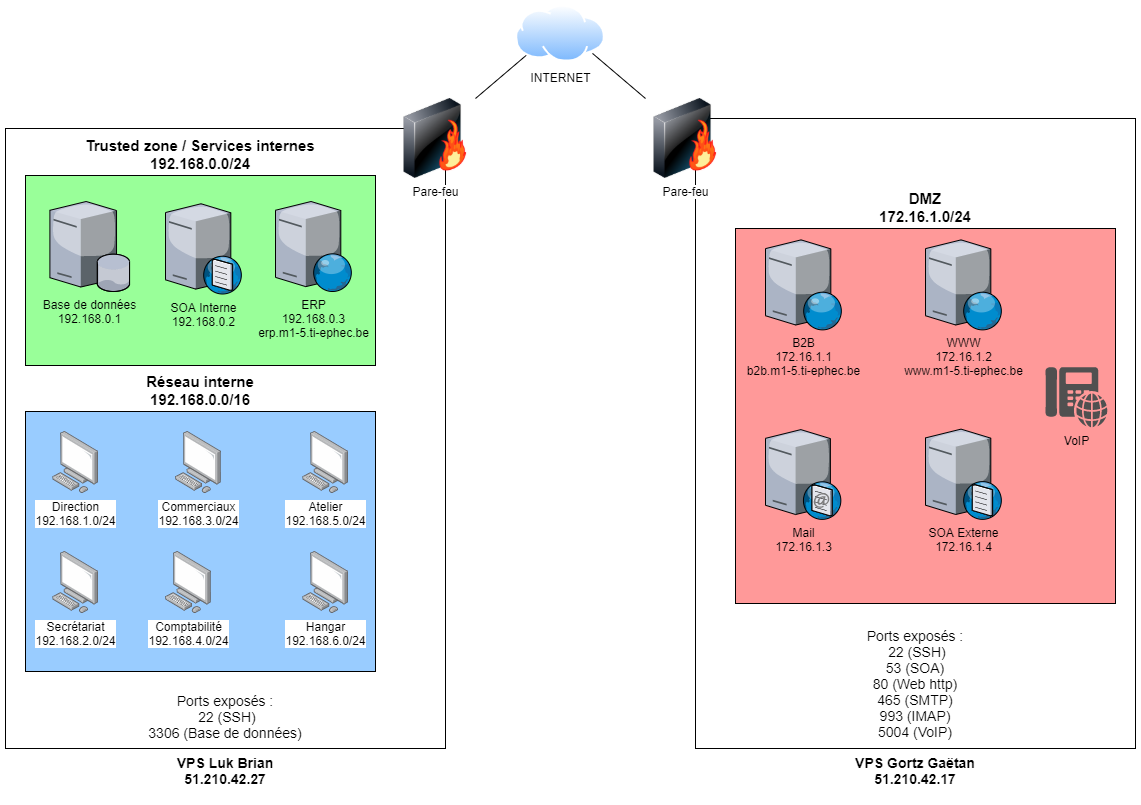
The draw.io diagram Documents/Schémas/proto.png in BrianLuk10/admin2021, before a commit. Source tidied: cells renumbered, new cells last; positions are measured from the earlier drawing's top-left corner, leaving out a move shared by most shapes.
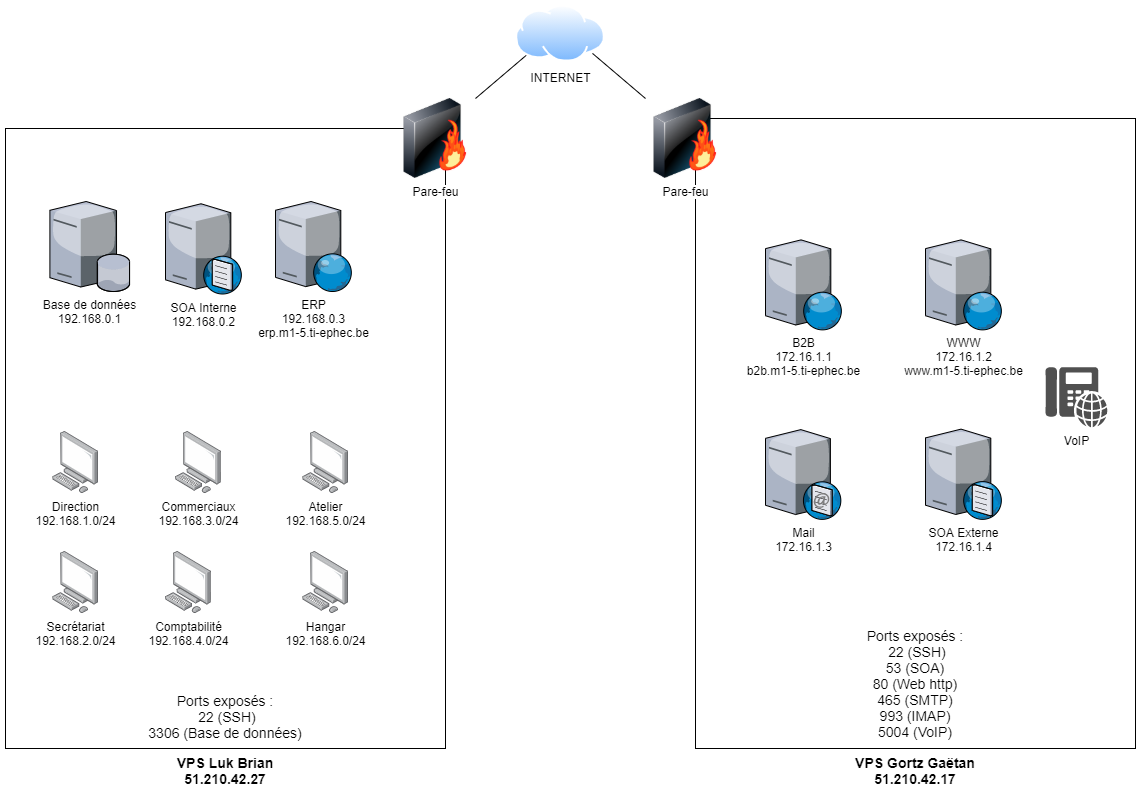
Above is the later version.

Change to the diagram source:
```diff
@@ -2,6 +2,9 @@
   <root>
     <mxCell id="0" />
     <mxCell id="1" parent="0" />
+    <mxCell id="14" value="VPS Gortz Gaëtan&lt;br style=&quot;font-size: 14px;&quot;&gt;51.210.42.17" style="rounded=0;whiteSpace=wrap;html=1;fillColor=none;labelPosition=center;verticalLabelPosition=bottom;align=center;verticalAlign=top;fontSize=14;fontStyle=1;" parent="1" vertex="1">
+      <mxGeometry x="690" y="113" width="440" height="630" as="geometry" />
+    </mxCell>
     <mxCell id="2" value="&lt;font style=&quot;font-size: 14px&quot;&gt;&lt;b&gt;VPS Luk Brian&lt;br&gt;51.210.42.27&lt;/b&gt;&lt;/font&gt;" style="rounded=0;whiteSpace=wrap;html=1;fillColor=none;labelPosition=center;verticalLabelPosition=bottom;align=center;verticalAlign=top;" parent="1" vertex="1">
       <mxGeometry y="123" width="440" height="620" as="geometry" />
     </mxCell>
@@ -17,77 +20,56 @@
     <mxCell id="6" value="INTERNET" style="perimeter=ellipsePerimeter;html=1;align=center;shadow=0;dashed=0;spacingTop=3;image;image=img/lib/active_directory/internet_cloud.svg;" parent="1" vertex="1">
       <mxGeometry x="510" y="-0.4" width="90" height="56.7" as="geometry" />
     </mxCell>
-    <mxCell id="7" style="group;" parent="1" vertex="1">
-      <mxGeometry x="730" y="223" width="400" height="570" as="geometry" />
-    </mxCell>
-    <mxCell id="8" value="DMZ&lt;br&gt;172.16.1.0/24" style="rounded=0;whiteSpace=wrap;html=1;fontStyle=1;fontSize=15;labelPosition=center;verticalLabelPosition=top;align=center;verticalAlign=bottom;fillColor=#FF9999;" parent="7" vertex="1">
-      <mxGeometry width="380" height="375" as="geometry" />
-    </mxCell>
+    <mxCell id="16" value="Pare-feu" style="image;html=1;image=img/lib/clip_art/networking/Firewall-page1_128x128.png;" parent="1" vertex="1">
+      <mxGeometry x="640" y="93" width="80" height="80" as="geometry" />
+    </mxCell>
+    <mxCell id="30" value="Ports exposés :&lt;br&gt;&amp;nbsp;22 (SSH)&lt;br&gt;3306 (Base de données)" style="text;html=1;strokeColor=none;fillColor=none;align=center;verticalAlign=middle;whiteSpace=wrap;rounded=0;fontSize=14;" parent="1" vertex="1">
+      <mxGeometry x="135" y="676" width="170" height="70" as="geometry" />
+    </mxCell>
-    <mxCell id="9" value="SOA Externe&lt;br&gt;172.16.1.4" style="verticalLabelPosition=bottom;html=1;verticalAlign=top;strokeColor=none;align=center;shape=mxgraph.citrix.dns_server;fontStyle=0;" parent="7" vertex="1">
-      <mxGeometry x="190" y="198.4" width="76.5" height="92.5" as="geometry" />
+    <mxCell id="9" value="SOA Externe&lt;br&gt;172.16.1.4" style="verticalLabelPosition=bottom;html=1;verticalAlign=top;strokeColor=none;align=center;shape=mxgraph.citrix.dns_server;fontStyle=0;" parent="1" vertex="1">
+      <mxGeometry x="920" y="421.4" width="76.5" height="92.5" as="geometry" />
     </mxCell>
-    <mxCell id="10" value="VoIP&lt;br&gt;" style="shadow=0;dashed=0;html=1;strokeColor=none;fillColor=#505050;labelPosition=center;verticalLabelPosition=bottom;verticalAlign=top;align=center;shape=mxgraph.office.devices.phone_voip;fontStyle=0;" parent="7" vertex="1">
-      <mxGeometry x="310" y="138.4" width="61.9" height="60.5" as="geometry" />
+    <mxCell id="10" value="VoIP&lt;br&gt;" style="shadow=0;dashed=0;html=1;strokeColor=none;fillColor=#505050;labelPosition=center;verticalLabelPosition=bottom;verticalAlign=top;align=center;shape=mxgraph.office.devices.phone_voip;fontStyle=0;" parent="1" vertex="1">
+      <mxGeometry x="1040" y="361.4" width="61.9" height="60.5" as="geometry" />
     </mxCell>
-    <mxCell id="11" value="B2B&lt;br&gt;172.16.1.1&lt;br&gt;b2b.m1-5.ti-ephec.be" style="verticalLabelPosition=bottom;html=1;verticalAlign=top;strokeColor=none;align=center;shape=mxgraph.citrix.web_server;fontStyle=0;" parent="7" vertex="1">
-      <mxGeometry x="30" y="11.4" width="76.5" height="90" as="geometry" />
+    <mxCell id="11" value="B2B&lt;br&gt;172.16.1.1&lt;br&gt;b2b.m1-5.ti-ephec.be" style="verticalLabelPosition=bottom;html=1;verticalAlign=top;strokeColor=none;align=center;shape=mxgraph.citrix.web_server;fontStyle=0;" parent="1" vertex="1">
+      <mxGeometry x="760" y="234.4" width="76.5" height="90" as="geometry" />
     </mxCell>
-    <mxCell id="12" value="WWW&lt;br&gt;172.16.1.2&lt;br&gt;www.m1-5.ti-ephec.be" style="verticalLabelPosition=bottom;html=1;verticalAlign=top;strokeColor=none;align=center;shape=mxgraph.citrix.web_server;fontStyle=0;" parent="7" vertex="1">
-      <mxGeometry x="190" y="11.4" width="76.5" height="90" as="geometry" />
+    <mxCell id="12" value="WWW&lt;br&gt;172.16.1.2&lt;br&gt;www.m1-5.ti-ephec.be" style="verticalLabelPosition=bottom;html=1;verticalAlign=top;strokeColor=none;align=center;shape=mxgraph.citrix.web_server;fontStyle=0;" parent="1" vertex="1">
+      <mxGeometry x="920" y="234.4" width="76.5" height="90" as="geometry" />
     </mxCell>
-    <mxCell id="13" value="Mail&lt;br&gt;172.16.1.3" style="verticalLabelPosition=bottom;html=1;verticalAlign=top;strokeColor=none;align=center;shape=mxgraph.citrix.smtp_server;fontStyle=0;" parent="7" vertex="1">
-      <mxGeometry x="30" y="198.9" width="76" height="92" as="geometry" />
+    <mxCell id="13" value="Mail&lt;br&gt;172.16.1.3" style="verticalLabelPosition=bottom;html=1;verticalAlign=top;strokeColor=none;align=center;shape=mxgraph.citrix.smtp_server;fontStyle=0;" parent="1" vertex="1">
+      <mxGeometry x="760" y="421.9" width="76" height="92" as="geometry" />
     </mxCell>
-    <mxCell id="14" value="VPS Gortz Gaëtan&lt;br style=&quot;font-size: 14px;&quot;&gt;51.210.42.17" style="rounded=0;whiteSpace=wrap;html=1;fillColor=none;labelPosition=center;verticalLabelPosition=bottom;align=center;verticalAlign=top;fontSize=14;fontStyle=1;" parent="7" vertex="1">
-      <mxGeometry x="-40" y="-110" width="440" height="630" as="geometry" />
-    </mxCell>
-    <mxCell id="15" value="Ports exposés :&lt;br&gt;&amp;nbsp;22 (SSH)&lt;br&gt;53 (SOA)&lt;br&gt;80 (Web http)&lt;br&gt;465 (SMTP)&lt;br&gt;993 (IMAP)&lt;br&gt;5004 (VoIP)" style="text;html=1;strokeColor=none;fillColor=none;align=center;verticalAlign=middle;whiteSpace=wrap;rounded=0;fontSize=14;" parent="7" vertex="1">
-      <mxGeometry x="95" y="420" width="170" height="70" as="geometry" />
+    <mxCell id="15" value="Ports exposés :&lt;br&gt;&amp;nbsp;22 (SSH)&lt;br&gt;53 (SOA)&lt;br&gt;80 (Web http)&lt;br&gt;465 (SMTP)&lt;br&gt;993 (IMAP)&lt;br&gt;5004 (VoIP)" style="text;html=1;strokeColor=none;fillColor=none;align=center;verticalAlign=middle;whiteSpace=wrap;rounded=0;fontSize=14;" parent="1" vertex="1">
+      <mxGeometry x="825" y="643" width="170" height="70" as="geometry" />
     </mxCell>
-    <mxCell id="16" value="Pare-feu" style="image;html=1;image=img/lib/clip_art/networking/Firewall-page1_128x128.png;" parent="1" vertex="1">
-      <mxGeometry x="640" y="93" width="80" height="80" as="geometry" />
-    </mxCell>
-    <mxCell id="17" style="group;" parent="1" vertex="1">
-      <mxGeometry x="20" y="406" width="350" height="260" as="geometry" />
-    </mxCell>
-    <mxCell id="18" value="Réseau interne&lt;br&gt;192.168.0.0/16" style="rounded=0;whiteSpace=wrap;html=1;fillColor=#99CCFF;fontStyle=1;fontSize=15;labelPosition=center;verticalLabelPosition=top;align=center;verticalAlign=bottom;" parent="17" vertex="1">
-      <mxGeometry width="350" height="260" as="geometry" />
-    </mxCell>
+    <mxCell id="27" value="SOA Interne&lt;br&gt;192.168.0.2" style="verticalLabelPosition=bottom;html=1;verticalAlign=top;strokeColor=none;align=center;shape=mxgraph.citrix.dns_server;" parent="1" vertex="1">
+      <mxGeometry x="160" y="196" width="76.5" height="92.5" as="geometry" />
+    </mxCell>
+    <mxCell id="28" value="Base de données&lt;br&gt;192.168.0.1" style="verticalLabelPosition=bottom;html=1;verticalAlign=top;strokeColor=none;align=center;shape=mxgraph.citrix.database_server;" parent="1" vertex="1">
+      <mxGeometry x="44.4" y="196" width="80" height="90" as="geometry" />
+    </mxCell>
+    <mxCell id="29" value="ERP&lt;br&gt;192.168.0.3&lt;br&gt;erp.m1-5.ti-ephec.be" style="verticalLabelPosition=bottom;html=1;verticalAlign=top;strokeColor=none;align=center;shape=mxgraph.citrix.web_server;" parent="1" vertex="1">
+      <mxGeometry x="270" y="196" width="76.5" height="90" as="geometry" />
+    </mxCell>
-    <mxCell id="19" value="Direction&lt;br&gt;192.168.1.0/24" style="html=1;align=center;shadow=0;dashed=0;image;image=img/lib/allied_telesis/computer_and_terminals/Personal_Computer.svg;" parent="17" vertex="1">
-      <mxGeometry x="27.2" y="20" width="45.6" height="61.8" as="geometry" />
+    <mxCell id="19" value="Direction&lt;br&gt;192.168.1.0/24" style="html=1;align=center;shadow=0;dashed=0;image;image=img/lib/allied_telesis/computer_and_terminals/Personal_Computer.svg;" parent="1" vertex="1">
+      <mxGeometry x="47.2" y="426" width="45.6" height="61.8" as="geometry" />
     </mxCell>
-    <mxCell id="20" value="Secrétariat&lt;br&gt;192.168.2.0/24" style="html=1;align=center;shadow=0;dashed=0;image;image=img/lib/allied_telesis/computer_and_terminals/Personal_Computer.svg;" parent="17" vertex="1">
-      <mxGeometry x="27.2" y="140" width="45.6" height="61.8" as="geometry" />
+    <mxCell id="20" value="Secrétariat&lt;br&gt;192.168.2.0/24" style="html=1;align=center;shadow=0;dashed=0;image;image=img/lib/allied_telesis/computer_and_terminals/Personal_Computer.svg;" parent="1" vertex="1">
+      <mxGeometry x="47.2" y="546" width="45.6" height="61.8" as="geometry" />
     </mxCell>
-    <mxCell id="21" value="Commerciaux&lt;br&gt;192.168.3.0/24" style="html=1;align=center;shadow=0;dashed=0;image;image=img/lib/allied_telesis/computer_and_terminals/Personal_Computer.svg;" parent="17" vertex="1">
-      <mxGeometry x="150" y="20" width="45.6" height="61.8" as="geometry" />
+    <mxCell id="21" value="Commerciaux&lt;br&gt;192.168.3.0/24" style="html=1;align=center;shadow=0;dashed=0;image;image=img/lib/allied_telesis/computer_and_terminals/Personal_Computer.svg;" parent="1" vertex="1">
+      <mxGeometry x="170" y="426" width="45.6" height="61.8" as="geometry" />
     </mxCell>
-    <mxCell id="22" value="Comptabilité&lt;br&gt;192.168.4.0/24" style="html=1;align=center;shadow=0;dashed=0;image;image=img/lib/allied_telesis/computer_and_terminals/Personal_Computer.svg;" parent="17" vertex="1">
-      <mxGeometry x="140" y="140" width="45.6" height="61.8" as="geometry" />
+    <mxCell id="22" value="Comptabilité&lt;br&gt;192.168.4.0/24" style="html=1;align=center;shadow=0;dashed=0;image;image=img/lib/allied_telesis/computer_and_terminals/Personal_Computer.svg;" parent="1" vertex="1">
+      <mxGeometry x="160" y="546" width="45.6" height="61.8" as="geometry" />
     </mxCell>
-    <mxCell id="23" value="Atelier&lt;br&gt;192.168.5.0/24" style="html=1;align=center;shadow=0;dashed=0;image;image=img/lib/allied_telesis/computer_and_terminals/Personal_Computer.svg;" parent="17" vertex="1">
-      <mxGeometry x="277.2" y="20" width="45.6" height="61.8" as="geometry" />
+    <mxCell id="23" value="Atelier&lt;br&gt;192.168.5.0/24" style="html=1;align=center;shadow=0;dashed=0;image;image=img/lib/allied_telesis/computer_and_terminals/Personal_Computer.svg;" parent="1" vertex="1">
+      <mxGeometry x="297.2" y="426" width="45.6" height="61.8" as="geometry" />
     </mxCell>
-    <mxCell id="24" value="Hangar&lt;br&gt;192.168.6.0/24" style="html=1;align=center;shadow=0;dashed=0;image;image=img/lib/allied_telesis/computer_and_terminals/Personal_Computer.svg;" parent="17" vertex="1">
-      <mxGeometry x="277.2" y="140" width="45.6" height="61.8" as="geometry" />
+    <mxCell id="24" value="Hangar&lt;br&gt;192.168.6.0/24" style="html=1;align=center;shadow=0;dashed=0;image;image=img/lib/allied_telesis/computer_and_terminals/Personal_Computer.svg;" parent="1" vertex="1">
+      <mxGeometry x="297.2" y="546" width="45.6" height="61.8" as="geometry" />
     </mxCell>
-    <mxCell id="25" style="group;" parent="1" vertex="1">
-      <mxGeometry x="20" y="170" width="350" height="220" as="geometry" />
-    </mxCell>
-    <mxCell id="26" value="Trusted zone / Services internes&lt;br&gt;192.168.0.0/24" style="rounded=0;whiteSpace=wrap;html=1;fontStyle=1;fontSize=15;labelPosition=center;verticalLabelPosition=top;align=center;verticalAlign=bottom;fillColor=#99FF99;" parent="25" vertex="1">
-      <mxGeometry width="350" height="190" as="geometry" />
-    </mxCell>
-    <mxCell id="27" value="SOA Interne&lt;br&gt;192.168.0.2" style="verticalLabelPosition=bottom;html=1;verticalAlign=top;strokeColor=none;align=center;shape=mxgraph.citrix.dns_server;" parent="25" vertex="1">
-      <mxGeometry x="140" y="26" width="76.5" height="92.5" as="geometry" />
-    </mxCell>
-    <mxCell id="28" value="Base de données&lt;br&gt;192.168.0.1" style="verticalLabelPosition=bottom;html=1;verticalAlign=top;strokeColor=none;align=center;shape=mxgraph.citrix.database_server;" parent="25" vertex="1">
-      <mxGeometry x="24.4" y="26" width="80" height="90" as="geometry" />
-    </mxCell>
-    <mxCell id="29" value="ERP&lt;br&gt;192.168.0.3&lt;br&gt;erp.m1-5.ti-ephec.be" style="verticalLabelPosition=bottom;html=1;verticalAlign=top;strokeColor=none;align=center;shape=mxgraph.citrix.web_server;" parent="25" vertex="1">
-      <mxGeometry x="250" y="26" width="76.5" height="90" as="geometry" />
-    </mxCell>
-    <mxCell id="30" value="Ports exposés :&lt;br&gt;&amp;nbsp;22 (SSH)&lt;br&gt;3306 (Base de données)" style="text;html=1;strokeColor=none;fillColor=none;align=center;verticalAlign=middle;whiteSpace=wrap;rounded=0;fontSize=14;" parent="1" vertex="1">
-      <mxGeometry x="135" y="676" width="170" height="70" as="geometry" />
-    </mxCell>
   </root>
 </mxGraphModel>
```
